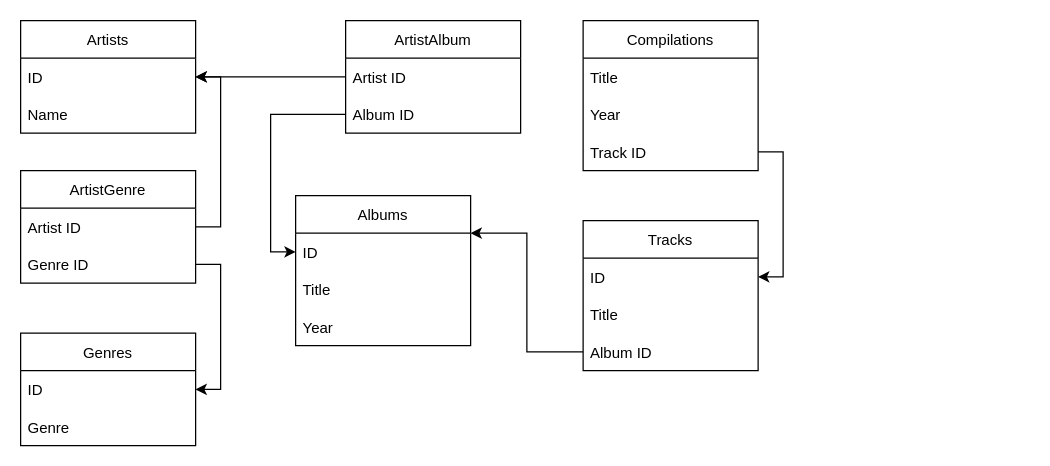
Before: music drawio.drawio in VitaliyGolovnya/SQL-homework-3, a draw.io diagram. Source tidied: cells renumbered, new cells numbered last; positions are measured from the earlier drawing's top-left corner, leaving out a move shared by most shapes. Both pictures are drawn from the tidied source at 125%, with x=0, y=0 at pixel (20, 20).
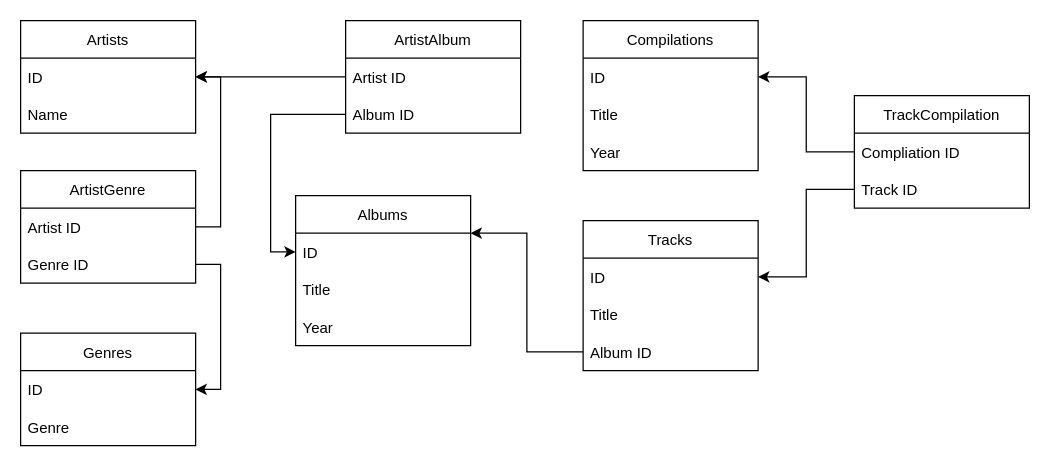
Above is the later version.

Commit message (it also covers changes not shown here):
homework corrected

The change refers to these unchanged cells:
```xml
<mxCell id="10" value="ID" style="text;strokeColor=none;fillColor=none;align=left;verticalAlign=middle;spacingLeft=4;spacingRight=4;overflow=hidden;points=[[0,0.5],[1,0.5]];portConstraint=eastwest;" parent="9" vertex="1">
  <mxGeometry y="30" width="140" height="30" as="geometry" />
</mxCell>
<mxCell id="13" value="Compilations" style="swimlane;fontStyle=0;horizontal=1;startSize=30;" parent="1" vertex="1">
  <mxGeometry x="450" width="140" height="120" as="geometry" />
</mxCell>
```

The edit, as a diff of the source:
```diff
@@
+    <mxCell id="32" value="ID" style="text;strokeColor=none;fillColor=none;align=left;verticalAlign=middle;spacingLeft=4;spacingRight=4;overflow=hidden;points=[[0,0.5],[1,0.5]];portConstraint=eastwest;" parent="13" vertex="1">
+      <mxGeometry y="30" width="140" height="30" as="geometry" />
+    </mxCell>
     <mxCell id="14" value="Title" style="text;strokeColor=none;fillColor=none;align=left;verticalAlign=middle;spacingLeft=4;spacingRight=4;overflow=hidden;" parent="13" vertex="1">
-      <mxGeometry y="30" width="140" height="30" as="geometry" />
+      <mxGeometry y="60" width="140" height="30" as="geometry" />
     </mxCell>
     <mxCell id="15" value="Year" style="text;strokeColor=none;fillColor=none;align=left;verticalAlign=middle;spacingLeft=4;spacingRight=4;overflow=hidden;" parent="13" vertex="1">
-      <mxGeometry y="60" width="140" height="30" as="geometry" />
+      <mxGeometry y="90" width="140" height="30" as="geometry" />
     </mxCell>
-    <mxCell id="16" value="Track ID" style="text;strokeColor=none;fillColor=none;align=left;verticalAlign=middle;spacingLeft=4;spacingRight=4;overflow=hidden;points=[[0,0.5],[1,0.5]];portConstraint=eastwest;" parent="13" vertex="1">
-      <mxGeometry y="90" width="140" height="30" as="geometry" />
-    </mxCell>
@@
-    <mxCell id="23" style="edgeStyle=orthogonalEdgeStyle;rounded=0;jettySize=auto;html=1;exitX=1;exitY=0.5;exitDx=0;exitDy=0;entryX=1;entryY=0.5;entryDx=0;entryDy=0;" parent="1" edge="1" source="16" target="10">
-      <mxGeometry relative="1" as="geometry" />
-    </mxCell>
@@
+    <mxCell id="33" value="TrackCompilation" style="swimlane;fontStyle=0;horizontal=1;startSize=30;" parent="1" vertex="1">
+      <mxGeometry x="667" y="60" width="140" height="90" as="geometry" />
+    </mxCell>
+    <mxCell id="34" value="Compliation ID" style="text;strokeColor=none;fillColor=none;align=left;verticalAlign=middle;spacingLeft=4;spacingRight=4;overflow=hidden;points=[[0,0.5],[1,0.5]];portConstraint=eastwest;" parent="33" vertex="1">
+      <mxGeometry y="30" width="140" height="30" as="geometry" />
+    </mxCell>
+    <mxCell id="16" value="Track ID" style="text;strokeColor=none;fillColor=none;align=left;verticalAlign=middle;spacingLeft=4;spacingRight=4;overflow=hidden;points=[[0,0.5],[1,0.5]];portConstraint=eastwest;" parent="33" vertex="1">
+      <mxGeometry y="60" width="140" height="30" as="geometry" />
+    </mxCell>
+    <mxCell id="23" style="edgeStyle=orthogonalEdgeStyle;html=1;exitX=0;exitY=0.5;exitDx=0;exitDy=0;entryX=1;entryY=0.5;entryDx=0;entryDy=0;rounded=0;" parent="1" edge="1" source="16" target="10">
+      <mxGeometry relative="1" as="geometry" />
+    </mxCell>
+    <mxCell id="35" style="edgeStyle=orthogonalEdgeStyle;rounded=0;html=1;exitX=0;exitY=0.5;exitDx=0;exitDy=0;entryX=1;entryY=0.5;entryDx=0;entryDy=0;" parent="1" edge="1" source="34" target="32">
+      <mxGeometry relative="1" as="geometry" />
+    </mxCell>
```
